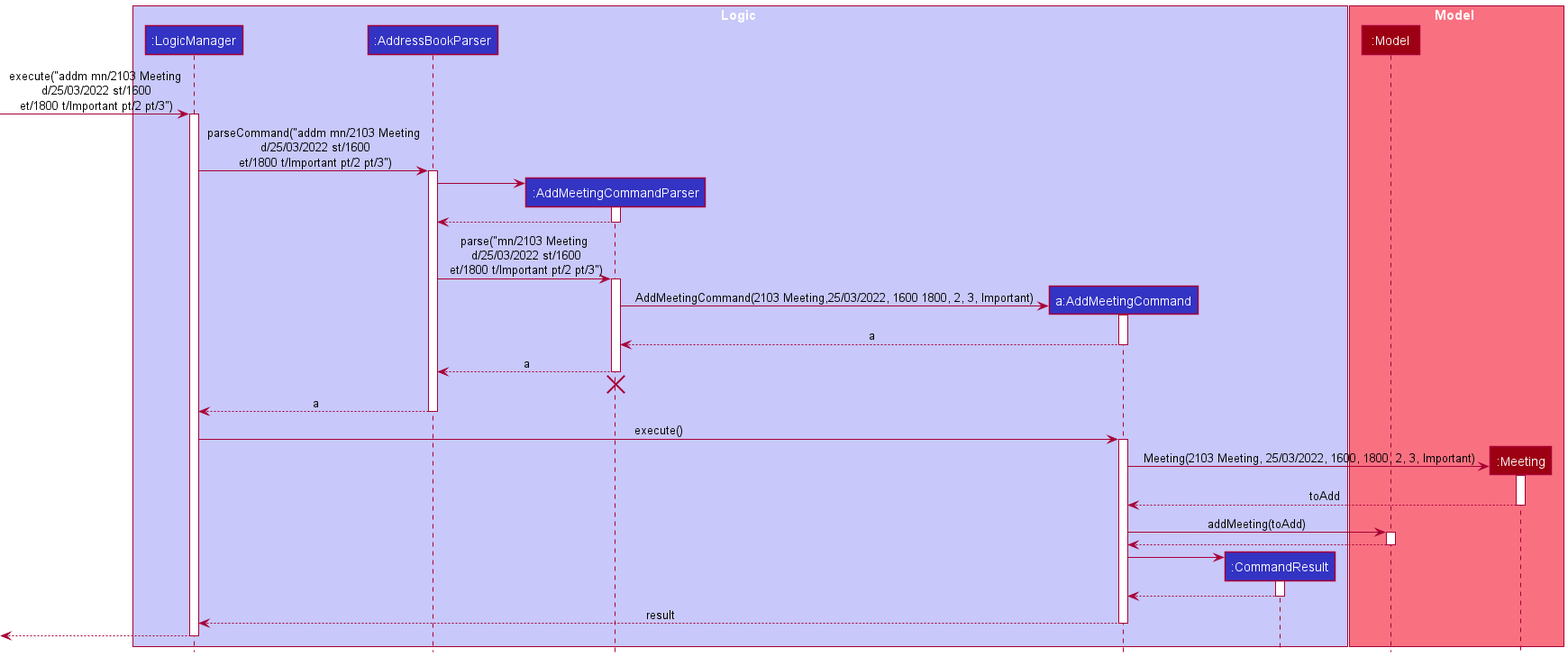
Earlier version of the PlantUML export docs/images/AddMeetingSequenceDiagram.png (tomascherian/tp). Its diagram source:
```plantuml
@startuml
!include style.puml

box Logic LOGIC_COLOR_T1
participant ":LogicManager" as LogicManager LOGIC_COLOR
participant ":AddressBookParser" as AddressBookParser LOGIC_COLOR
participant ":AddMeetingCommandParser" as AddMeetingCommandParser LOGIC_COLOR
participant "a:AddMeetingCommand" as AddMeetingCommand LOGIC_COLOR
participant ":CommandResult" as CommandResult LOGIC_COLOR
end box

box Model MODEL_COLOR_T1
participant ":Model" as Model MODEL_COLOR
participant ":Meeting" as Meeting MODEL_COLOR
end box

[-> LogicManager : execute("addm mn/2103 Meeting\n d/25/03/2022 st/1600\n et/1800 t/Important pt/2 pt/3")
activate LogicManager

LogicManager -> AddressBookParser : parseCommand("addm mn/2103 Meeting\n d/25/03/2022 st/1600\n et/1800 t/Important pt/2 pt/3")
activate AddressBookParser

create AddMeetingCommandParser
AddressBookParser -> AddMeetingCommandParser
activate AddMeetingCommandParser

AddMeetingCommandParser --> AddressBookParser
deactivate AddMeetingCommandParser

AddressBookParser -> AddMeetingCommandParser : parse("mn/2103 Meeting\n d/25/03/2022 st/1600\n et/1800 t/Important pt/2 pt/3")
activate AddMeetingCommandParser

create AddMeetingCommand
AddMeetingCommandParser -> AddMeetingCommand : AddMeetingCommand(2103 Meeting,25/03/2022, 1600 1800, 2, 3, Important)
activate AddMeetingCommand

AddMeetingCommand --> AddMeetingCommandParser : a
deactivate AddMeetingCommand

AddMeetingCommandParser --> AddressBookParser : a
deactivate AddMeetingCommandParser
AddMeetingCommandParser -[hidden]-> AddressBookParser
destroy AddMeetingCommandParser

AddressBookParser --> LogicManager : a
deactivate AddressBookParser

LogicManager -> AddMeetingCommand : execute()
activate AddMeetingCommand

create Meeting
AddMeetingCommand -> Meeting : Meeting(2103 Meeting, 25/03/2022, 1600, 1800, 2, 3, Important)
activate Meeting

Meeting --> AddMeetingCommand : toAdd
deactivate Meeting

AddMeetingCommand -> Model : addMeeting(toAdd)
activate Model

Model --> AddMeetingCommand
deactivate Model

create CommandResult
AddMeetingCommand -> CommandResult
activate CommandResult

CommandResult --> AddMeetingCommand
deactivate CommandResult

AddMeetingCommand --> LogicManager : result
deactivate AddMeetingCommand

[<--LogicManager
deactivate LogicManager
@enduml
```
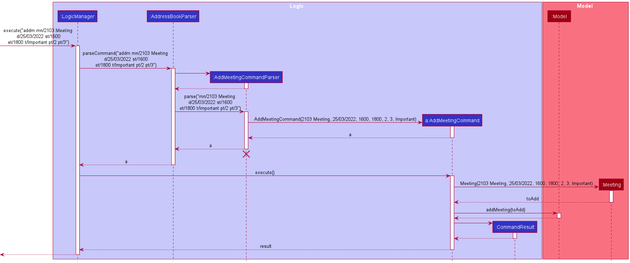
After the change.

Commit message:
Scale up AddMeetingSequenceDiagram

The edit, as a diff of the source:
```diff
@@ -1,5 +1,6 @@
 @startuml
 !include style.puml
+scale 2.0
 
 box Logic LOGIC_COLOR_T1
 participant ":LogicManager" as LogicManager LOGIC_COLOR
@@ -31,7 +32,7 @@
 activate AddMeetingCommandParser
 
 create AddMeetingCommand
-AddMeetingCommandParser -> AddMeetingCommand : AddMeetingCommand(2103 Meeting,25/03/2022, 1600 1800, 2, 3, Important)
+AddMeetingCommandParser -> AddMeetingCommand : AddMeetingCommand(2103 Meeting, 25/03/2022, 1600, 1800, 2, 3, Important)
 activate AddMeetingCommand
 
 AddMeetingCommand --> AddMeetingCommandParser : a
```
